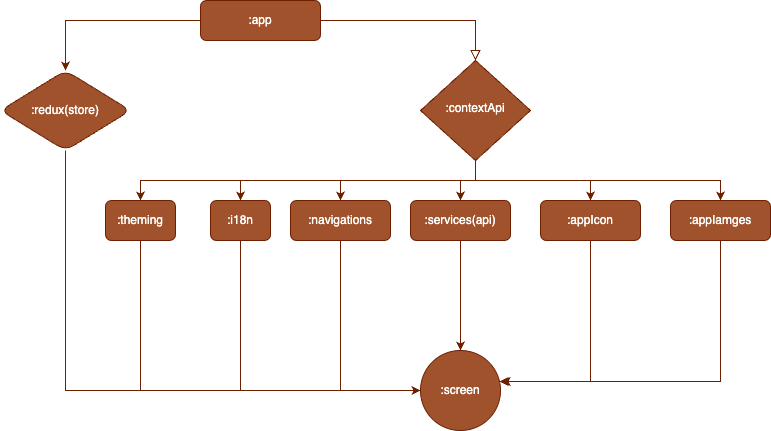
Before: media/modules.png, a diagram exported from draw.io (Mindinventory/react-native-boilerplate). Source tidied: cells renumbered, new cells last; positions are measured from the earlier drawing's top-left corner, leaving out a move shared by most shapes.
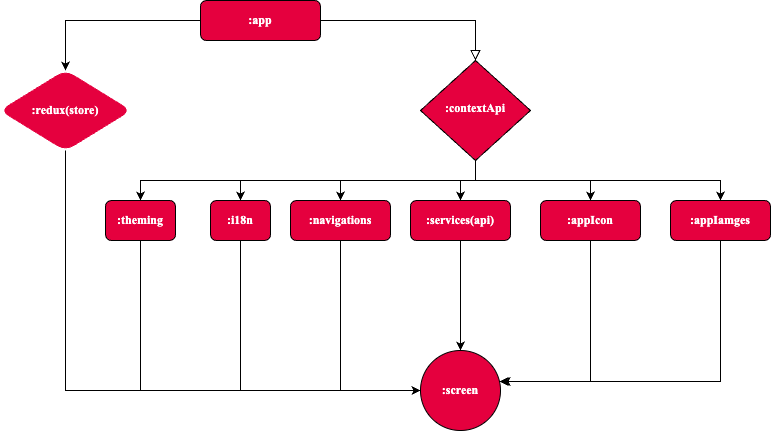
After the change.

Diff of the diagram source:
```diff
@@ -2,79 +2,79 @@
   <root>
     <mxCell id="0" />
     <mxCell id="1" parent="0" />
-    <mxCell id="2" style="rounded=0;html=1;jettySize=auto;fontSize=11;endArrow=block;endFill=0;endSize=8;strokeWidth=1;shadow=0;labelBackgroundColor=none;edgeStyle=orthogonalEdgeStyle;fontColor=default;fillColor=#a0522d;strokeColor=#6D1F00;" parent="1" edge="1" source="4" target="11">
+    <mxCell id="2" style="rounded=0;html=1;jettySize=auto;fontSize=11;endArrow=block;endFill=0;endSize=8;strokeWidth=1;shadow=0;labelBackgroundColor=none;edgeStyle=orthogonalEdgeStyle;fontColor=default;fillColor=#d80073;strokeColor=#000000;fontFamily=Times New Roman;fontStyle=1;" parent="1" edge="1" source="4" target="11">
       <mxGeometry relative="1" as="geometry" />
     </mxCell>
-    <mxCell id="3" style="edgeStyle=orthogonalEdgeStyle;rounded=0;jettySize=auto;html=1;labelBackgroundColor=none;fontColor=default;fillColor=#a0522d;strokeColor=#6D1F00;" parent="1" edge="1" source="4" target="26">
+    <mxCell id="3" style="edgeStyle=orthogonalEdgeStyle;rounded=0;jettySize=auto;html=1;labelBackgroundColor=none;fontColor=default;fillColor=#d80073;strokeColor=#000000;fontFamily=Times New Roman;fontStyle=1;" parent="1" edge="1" source="4" target="26">
       <mxGeometry relative="1" as="geometry" />
     </mxCell>
-    <mxCell id="4" value="&lt;span style=&quot;&quot;&gt;:app&lt;/span&gt;" style="rounded=1;whiteSpace=wrap;html=1;fontSize=12;glass=0;strokeWidth=1;shadow=0;labelBackgroundColor=none;fillColor=#a0522d;fontColor=#ffffff;strokeColor=#6D1F00;" parent="1" vertex="1">
+    <mxCell id="4" value="&lt;span style=&quot;&quot;&gt;:app&lt;/span&gt;" style="rounded=1;whiteSpace=wrap;html=1;fontSize=12;glass=0;strokeWidth=1;shadow=0;labelBackgroundColor=none;fillColor=#e5003e;strokeColor=#000000;fontFamily=Times New Roman;fontColor=#ffffff;fontStyle=1;" parent="1" vertex="1">
       <mxGeometry x="200" width="120" height="40" as="geometry" />
     </mxCell>
-    <mxCell id="5" style="edgeStyle=orthogonalEdgeStyle;rounded=0;jettySize=auto;html=1;exitX=0.5;exitY=1;exitDx=0;exitDy=0;entryX=0.5;entryY=0;entryDx=0;entryDy=0;labelBackgroundColor=none;fontColor=default;fillColor=#a0522d;strokeColor=#6D1F00;" parent="1" edge="1" source="11" target="18">
+    <mxCell id="5" style="edgeStyle=orthogonalEdgeStyle;rounded=0;jettySize=auto;html=1;exitX=0.5;exitY=1;exitDx=0;exitDy=0;entryX=0.5;entryY=0;entryDx=0;entryDy=0;labelBackgroundColor=none;fontColor=default;fillColor=#d80073;strokeColor=#000000;fontFamily=Times New Roman;fontStyle=1;" parent="1" edge="1" source="11" target="18">
       <mxGeometry relative="1" as="geometry" />
     </mxCell>
-    <mxCell id="6" style="edgeStyle=orthogonalEdgeStyle;rounded=0;jettySize=auto;html=1;exitX=0.5;exitY=1;exitDx=0;exitDy=0;labelBackgroundColor=none;fontColor=default;fillColor=#a0522d;strokeColor=#6D1F00;" parent="1" edge="1" source="11" target="20">
+    <mxCell id="6" style="edgeStyle=orthogonalEdgeStyle;rounded=0;jettySize=auto;html=1;exitX=0.5;exitY=1;exitDx=0;exitDy=0;labelBackgroundColor=none;fontColor=default;fillColor=#d80073;strokeColor=#000000;fontFamily=Times New Roman;fontStyle=1;" parent="1" edge="1" source="11" target="20">
       <mxGeometry relative="1" as="geometry" />
     </mxCell>
-    <mxCell id="7" style="edgeStyle=orthogonalEdgeStyle;rounded=0;jettySize=auto;html=1;exitX=0.5;exitY=1;exitDx=0;exitDy=0;entryX=0.5;entryY=0;entryDx=0;entryDy=0;labelBackgroundColor=none;fontColor=default;fillColor=#a0522d;strokeColor=#6D1F00;" parent="1" edge="1" source="11" target="15">
+    <mxCell id="7" style="edgeStyle=orthogonalEdgeStyle;rounded=0;jettySize=auto;html=1;exitX=0.5;exitY=1;exitDx=0;exitDy=0;entryX=0.5;entryY=0;entryDx=0;entryDy=0;labelBackgroundColor=none;fontColor=default;fillColor=#d80073;strokeColor=#000000;fontFamily=Times New Roman;fontStyle=1;" parent="1" edge="1" source="11" target="15">
       <mxGeometry relative="1" as="geometry" />
     </mxCell>
-    <mxCell id="8" style="edgeStyle=orthogonalEdgeStyle;rounded=0;jettySize=auto;html=1;exitX=0.5;exitY=1;exitDx=0;exitDy=0;labelBackgroundColor=none;fontColor=default;fillColor=#a0522d;strokeColor=#6D1F00;" parent="1" edge="1" source="11" target="22">
+    <mxCell id="8" style="edgeStyle=orthogonalEdgeStyle;rounded=0;jettySize=auto;html=1;exitX=0.5;exitY=1;exitDx=0;exitDy=0;labelBackgroundColor=none;fontColor=default;fillColor=#d80073;strokeColor=#000000;fontFamily=Times New Roman;fontStyle=1;" parent="1" edge="1" source="11" target="22">
       <mxGeometry relative="1" as="geometry" />
     </mxCell>
-    <mxCell id="9" style="edgeStyle=orthogonalEdgeStyle;rounded=0;jettySize=auto;html=1;exitX=0.5;exitY=1;exitDx=0;exitDy=0;entryX=0.5;entryY=0;entryDx=0;entryDy=0;labelBackgroundColor=none;fontColor=default;fillColor=#a0522d;strokeColor=#6D1F00;" parent="1" edge="1" source="11" target="24">
+    <mxCell id="9" style="edgeStyle=orthogonalEdgeStyle;rounded=0;jettySize=auto;html=1;exitX=0.5;exitY=1;exitDx=0;exitDy=0;entryX=0.5;entryY=0;entryDx=0;entryDy=0;labelBackgroundColor=none;fontColor=default;fillColor=#d80073;strokeColor=#000000;fontFamily=Times New Roman;fontStyle=1;" parent="1" edge="1" source="11" target="24">
       <mxGeometry relative="1" as="geometry" />
     </mxCell>
-    <mxCell id="10" style="edgeStyle=orthogonalEdgeStyle;rounded=0;jettySize=auto;html=1;exitX=0.5;exitY=1;exitDx=0;exitDy=0;labelBackgroundColor=none;fontColor=default;fillColor=#a0522d;strokeColor=#6D1F00;" parent="1" edge="1" source="11" target="13">
+    <mxCell id="10" style="edgeStyle=orthogonalEdgeStyle;rounded=0;jettySize=auto;html=1;exitX=0.5;exitY=1;exitDx=0;exitDy=0;labelBackgroundColor=none;fontColor=default;fillColor=#d80073;strokeColor=#000000;fontFamily=Times New Roman;fontStyle=1;" parent="1" edge="1" source="11" target="13">
       <mxGeometry relative="1" as="geometry" />
     </mxCell>
-    <mxCell id="11" value="&lt;span style=&quot;&quot;&gt;:contextApi&lt;/span&gt;" style="rhombus;whiteSpace=wrap;html=1;shadow=0;fontFamily=Helvetica;fontSize=12;align=center;strokeWidth=1;spacing=6;spacingTop=-4;labelBackgroundColor=none;fillColor=#a0522d;fontColor=#ffffff;strokeColor=#6D1F00;" parent="1" vertex="1">
+    <mxCell id="11" value="&lt;span style=&quot;&quot;&gt;:contextApi&lt;/span&gt;" style="rhombus;whiteSpace=wrap;html=1;shadow=0;fontFamily=Times New Roman;fontSize=12;align=center;strokeWidth=1;spacing=6;spacingTop=-4;labelBackgroundColor=none;fillColor=#e5003e;strokeColor=#000000;fontColor=#ffffff;fontStyle=1;" parent="1" vertex="1">
       <mxGeometry x="420" y="60" width="110" height="100" as="geometry" />
     </mxCell>
-    <mxCell id="12" style="edgeStyle=orthogonalEdgeStyle;rounded=0;jettySize=auto;html=1;exitX=0.5;exitY=1;exitDx=0;exitDy=0;entryX=0;entryY=0.5;entryDx=0;entryDy=0;labelBackgroundColor=none;fontColor=default;fillColor=#a0522d;strokeColor=#6D1F00;" parent="1" edge="1" source="13" target="16">
+    <mxCell id="12" style="edgeStyle=orthogonalEdgeStyle;rounded=0;jettySize=auto;html=1;exitX=0.5;exitY=1;exitDx=0;exitDy=0;entryX=0;entryY=0.5;entryDx=0;entryDy=0;labelBackgroundColor=none;fontColor=default;fillColor=#d80073;strokeColor=#000000;fontFamily=Times New Roman;fontStyle=1;" parent="1" edge="1" source="13" target="16">
       <mxGeometry relative="1" as="geometry" />
     </mxCell>
-    <mxCell id="13" value="&lt;span style=&quot;&quot;&gt;:navigations&lt;/span&gt;" style="rounded=1;whiteSpace=wrap;html=1;fontSize=12;glass=0;strokeWidth=1;shadow=0;labelBackgroundColor=none;fillColor=#a0522d;fontColor=#ffffff;strokeColor=#6D1F00;" parent="1" vertex="1">
+    <mxCell id="13" value="&lt;span style=&quot;&quot;&gt;:navigations&lt;/span&gt;" style="rounded=1;whiteSpace=wrap;html=1;fontSize=12;glass=0;strokeWidth=1;shadow=0;labelBackgroundColor=none;fillColor=#e5003e;strokeColor=#000000;fontFamily=Times New Roman;fontColor=#ffffff;fontStyle=1;" parent="1" vertex="1">
       <mxGeometry x="290" y="200" width="100" height="40" as="geometry" />
     </mxCell>
-    <mxCell id="14" style="edgeStyle=orthogonalEdgeStyle;rounded=0;jettySize=auto;html=1;exitX=0.5;exitY=1;exitDx=0;exitDy=0;labelBackgroundColor=none;fontColor=default;fillColor=#a0522d;strokeColor=#6D1F00;" parent="1" edge="1" source="15" target="16">
+    <mxCell id="14" style="edgeStyle=orthogonalEdgeStyle;rounded=0;jettySize=auto;html=1;exitX=0.5;exitY=1;exitDx=0;exitDy=0;labelBackgroundColor=none;fontColor=default;fillColor=#d80073;strokeColor=#000000;fontFamily=Times New Roman;fontStyle=1;" parent="1" edge="1" source="15" target="16">
       <mxGeometry relative="1" as="geometry" />
     </mxCell>
-    <mxCell id="15" value="&lt;span style=&quot;&quot;&gt;:services(api)&lt;/span&gt;" style="rounded=1;whiteSpace=wrap;html=1;fontSize=12;glass=0;strokeWidth=1;shadow=0;labelBackgroundColor=none;fillColor=#a0522d;fontColor=#ffffff;strokeColor=#6D1F00;" parent="1" vertex="1">
+    <mxCell id="15" value="&lt;span style=&quot;&quot;&gt;:services(api)&lt;/span&gt;" style="rounded=1;whiteSpace=wrap;html=1;fontSize=12;glass=0;strokeWidth=1;shadow=0;labelBackgroundColor=none;fillColor=#e5003e;strokeColor=#000000;fontFamily=Times New Roman;fontColor=#ffffff;fontStyle=1;" parent="1" vertex="1">
       <mxGeometry x="410" y="200" width="100" height="40" as="geometry" />
     </mxCell>
-    <mxCell id="16" value="&lt;span style=&quot;&quot;&gt;:screen&lt;/span&gt;" style="ellipse;whiteSpace=wrap;html=1;rounded=1;glass=0;strokeWidth=1;shadow=0;labelBackgroundColor=none;fillColor=#a0522d;fontColor=#ffffff;strokeColor=#6D1F00;" parent="1" vertex="1">
+    <mxCell id="16" value="&lt;span style=&quot;&quot;&gt;:screen&lt;/span&gt;" style="ellipse;whiteSpace=wrap;html=1;rounded=1;glass=0;strokeWidth=1;shadow=0;labelBackgroundColor=none;fillColor=#e5003e;strokeColor=#000000;fontFamily=Times New Roman;fontColor=#ffffff;fontStyle=1;" parent="1" vertex="1">
       <mxGeometry x="420" y="350" width="80" height="80" as="geometry" />
     </mxCell>
-    <mxCell id="17" style="edgeStyle=orthogonalEdgeStyle;rounded=0;jettySize=auto;html=1;exitX=0.5;exitY=1;exitDx=0;exitDy=0;entryX=0;entryY=0.5;entryDx=0;entryDy=0;labelBackgroundColor=none;fontColor=default;fillColor=#a0522d;strokeColor=#6D1F00;" parent="1" edge="1" source="18" target="16">
+    <mxCell id="17" style="edgeStyle=orthogonalEdgeStyle;rounded=0;jettySize=auto;html=1;exitX=0.5;exitY=1;exitDx=0;exitDy=0;entryX=0;entryY=0.5;entryDx=0;entryDy=0;labelBackgroundColor=none;fontColor=default;fillColor=#d80073;strokeColor=#000000;fontFamily=Times New Roman;fontStyle=1;" parent="1" edge="1" source="18" target="16">
       <mxGeometry relative="1" as="geometry" />
     </mxCell>
-    <mxCell id="18" value="&lt;span style=&quot;&quot;&gt;:theming&lt;/span&gt;" style="rounded=1;whiteSpace=wrap;html=1;fontSize=12;glass=0;strokeWidth=1;shadow=0;labelBackgroundColor=none;fillColor=#a0522d;fontColor=#ffffff;strokeColor=#6D1F00;" parent="1" vertex="1">
+    <mxCell id="18" value="&lt;span style=&quot;&quot;&gt;:theming&lt;/span&gt;" style="rounded=1;whiteSpace=wrap;html=1;fontSize=12;glass=0;strokeWidth=1;shadow=0;labelBackgroundColor=none;fillColor=#e5003e;strokeColor=#000000;fontFamily=Times New Roman;fontColor=#ffffff;fontStyle=1;" parent="1" vertex="1">
       <mxGeometry x="105" y="200" width="70" height="40" as="geometry" />
     </mxCell>
-    <mxCell id="19" style="edgeStyle=orthogonalEdgeStyle;rounded=0;jettySize=auto;html=1;exitX=0.5;exitY=1;exitDx=0;exitDy=0;entryX=0;entryY=0.5;entryDx=0;entryDy=0;labelBackgroundColor=none;fontColor=default;fillColor=#a0522d;strokeColor=#6D1F00;" parent="1" edge="1" source="20" target="16">
+    <mxCell id="19" style="edgeStyle=orthogonalEdgeStyle;rounded=0;jettySize=auto;html=1;exitX=0.5;exitY=1;exitDx=0;exitDy=0;entryX=0;entryY=0.5;entryDx=0;entryDy=0;labelBackgroundColor=none;fontColor=default;fillColor=#d80073;strokeColor=#000000;fontFamily=Times New Roman;fontStyle=1;" parent="1" edge="1" source="20" target="16">
       <mxGeometry relative="1" as="geometry" />
     </mxCell>
-    <mxCell id="20" value="&lt;span style=&quot;&quot;&gt;:i18n&lt;/span&gt;" style="rounded=1;whiteSpace=wrap;html=1;fontSize=12;glass=0;strokeWidth=1;shadow=0;labelBackgroundColor=none;fillColor=#a0522d;fontColor=#ffffff;strokeColor=#6D1F00;" parent="1" vertex="1">
+    <mxCell id="20" value="&lt;span style=&quot;&quot;&gt;:i18n&lt;/span&gt;" style="rounded=1;whiteSpace=wrap;html=1;fontSize=12;glass=0;strokeWidth=1;shadow=0;labelBackgroundColor=none;fillColor=#e5003e;strokeColor=#000000;fontFamily=Times New Roman;fontColor=#ffffff;fontStyle=1;" parent="1" vertex="1">
       <mxGeometry x="210" y="200" width="60" height="40" as="geometry" />
     </mxCell>
-    <mxCell id="21" style="edgeStyle=orthogonalEdgeStyle;rounded=0;jettySize=auto;html=1;exitX=0.5;exitY=1;exitDx=0;exitDy=0;entryX=0.988;entryY=0.388;entryDx=0;entryDy=0;entryPerimeter=0;labelBackgroundColor=none;fontColor=default;fillColor=#a0522d;strokeColor=#6D1F00;" parent="1" edge="1" source="22" target="16">
+    <mxCell id="21" style="edgeStyle=orthogonalEdgeStyle;rounded=0;jettySize=auto;html=1;exitX=0.5;exitY=1;exitDx=0;exitDy=0;entryX=0.988;entryY=0.388;entryDx=0;entryDy=0;entryPerimeter=0;labelBackgroundColor=none;fontColor=default;fillColor=#d80073;strokeColor=#000000;fontFamily=Times New Roman;fontStyle=1;" parent="1" edge="1" source="22" target="16">
       <mxGeometry relative="1" as="geometry" />
     </mxCell>
-    <mxCell id="22" value="&lt;span style=&quot;&quot;&gt;:appIcon&lt;/span&gt;" style="rounded=1;whiteSpace=wrap;html=1;fontSize=12;glass=0;strokeWidth=1;shadow=0;labelBackgroundColor=none;fillColor=#a0522d;fontColor=#ffffff;strokeColor=#6D1F00;" parent="1" vertex="1">
+    <mxCell id="22" value="&lt;span style=&quot;&quot;&gt;:appIcon&lt;/span&gt;" style="rounded=1;whiteSpace=wrap;html=1;fontSize=12;glass=0;strokeWidth=1;shadow=0;labelBackgroundColor=none;fillColor=#e5003e;strokeColor=#000000;fontFamily=Times New Roman;fontColor=#ffffff;fontStyle=1;" parent="1" vertex="1">
       <mxGeometry x="540" y="200" width="100" height="40" as="geometry" />
     </mxCell>
-    <mxCell id="23" style="edgeStyle=orthogonalEdgeStyle;rounded=0;jettySize=auto;html=1;exitX=0.5;exitY=1;exitDx=0;exitDy=0;entryX=1.013;entryY=0.388;entryDx=0;entryDy=0;entryPerimeter=0;labelBackgroundColor=none;fontColor=default;fillColor=#a0522d;strokeColor=#6D1F00;" parent="1" edge="1" source="24" target="16">
+    <mxCell id="23" style="edgeStyle=orthogonalEdgeStyle;rounded=0;jettySize=auto;html=1;exitX=0.5;exitY=1;exitDx=0;exitDy=0;entryX=1.013;entryY=0.388;entryDx=0;entryDy=0;entryPerimeter=0;labelBackgroundColor=none;fontColor=default;fillColor=#d80073;strokeColor=#000000;fontFamily=Times New Roman;fontStyle=1;" parent="1" edge="1" source="24" target="16">
       <mxGeometry relative="1" as="geometry" />
     </mxCell>
-    <mxCell id="24" value="&lt;span style=&quot;&quot;&gt;:appIamges&lt;/span&gt;" style="rounded=1;whiteSpace=wrap;html=1;fontSize=12;glass=0;strokeWidth=1;shadow=0;labelBackgroundColor=none;fillColor=#a0522d;fontColor=#ffffff;strokeColor=#6D1F00;" parent="1" vertex="1">
+    <mxCell id="24" value="&lt;span style=&quot;&quot;&gt;:appIamges&lt;/span&gt;" style="rounded=1;whiteSpace=wrap;html=1;fontSize=12;glass=0;strokeWidth=1;shadow=0;labelBackgroundColor=none;fillColor=#e5003e;strokeColor=#000000;fontFamily=Times New Roman;fontColor=#FFFFFF;fontStyle=1;" parent="1" vertex="1">
       <mxGeometry x="670" y="200" width="100" height="40" as="geometry" />
     </mxCell>
-    <mxCell id="25" style="edgeStyle=orthogonalEdgeStyle;rounded=0;jettySize=auto;html=1;exitX=0.5;exitY=1;exitDx=0;exitDy=0;entryX=0;entryY=0.5;entryDx=0;entryDy=0;labelBackgroundColor=none;fontColor=default;fillColor=#a0522d;strokeColor=#6D1F00;" parent="1" edge="1" source="26" target="16">
+    <mxCell id="25" style="edgeStyle=orthogonalEdgeStyle;rounded=0;jettySize=auto;html=1;exitX=0.5;exitY=1;exitDx=0;exitDy=0;entryX=0;entryY=0.5;entryDx=0;entryDy=0;labelBackgroundColor=none;fontColor=default;fillColor=#d80073;strokeColor=#000000;fontFamily=Times New Roman;fontStyle=1;" parent="1" edge="1" source="26" target="16">
       <mxGeometry relative="1" as="geometry" />
     </mxCell>
-    <mxCell id="26" value="&lt;span style=&quot;&quot;&gt;:redux(store)&lt;/span&gt;" style="rhombus;whiteSpace=wrap;html=1;rounded=1;glass=0;strokeWidth=1;shadow=0;labelBackgroundColor=none;fillColor=#a0522d;fontColor=#ffffff;strokeColor=#6D1F00;" parent="1" vertex="1">
+    <mxCell id="26" value="&lt;span style=&quot;&quot;&gt;:redux(store)&lt;/span&gt;" style="rhombus;whiteSpace=wrap;html=1;rounded=1;glass=0;strokeWidth=1;shadow=0;labelBackgroundColor=none;fillColor=#e5003e;strokeColor=#e5003e;fontFamily=Times New Roman;fontColor=#ffffff;fontStyle=1;" parent="1" vertex="1">
       <mxGeometry y="70" width="130" height="80" as="geometry" />
     </mxCell>
   </root>
```
